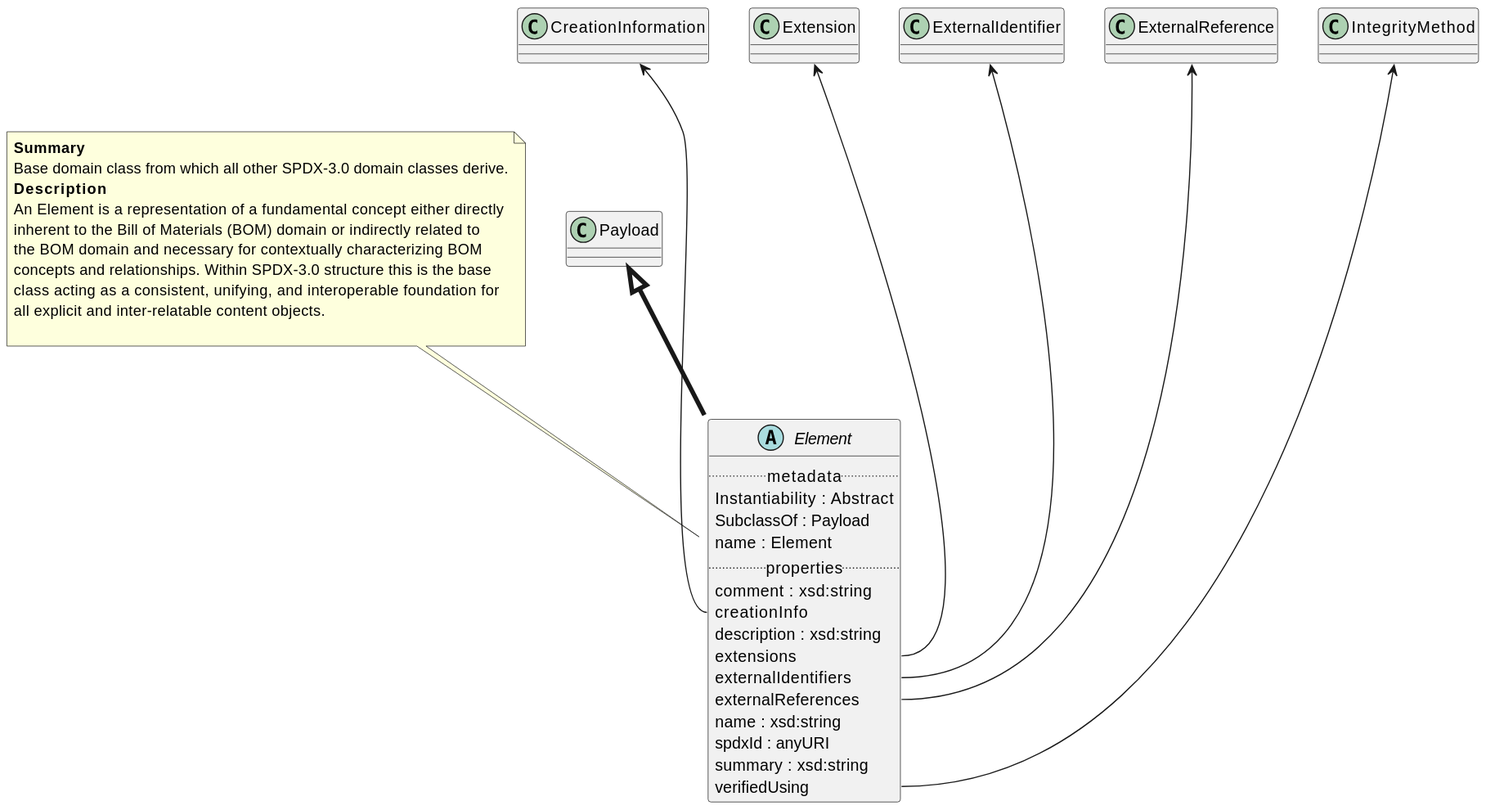
Earlier version of the PlantUML export Classes/Element.svg (maxhbr/spec-parser.hs). Source of this version:
```plantuml
@startuml
abstract Element {
.. metadata ..
    Instantiability : Abstract
    SubclassOf : Payload
    name : Element
.. properties ..
    comment : xsd:string
    creationInfo
    description : xsd:string
    extensions
    externalIdentifiers
    externalReferences
    name : xsd:string
    spdxId : anyURI
    summary : xsd:string
    verifiedUsing
}
note top of Element
<b>Summary</b>
Base domain class from which all other SPDX-3.0 domain classes derive.
<b>Description</b>
An Element is a representation of a fundamental concept either directly
inherent to the Bill of Materials (BOM) domain or indirectly related to
the BOM domain and necessary for contextually characterizing BOM
concepts and relationships. Within SPDX-3.0 structure this is the base
class acting as a consistent, unifying, and interoperable foundation for
all explicit and inter-relatable content objects.

end note
"Payload" <|-[thickness=4]- "Element"
"CreationInformation" <--- "Element::creationInfo"
"Extension" <--- "Element::extensions"
"ExternalIdentifier" <--- "Element::externalIdentifiers"
"ExternalReference" <--- "Element::externalReferences"
"IntegrityMethod" <--- "Element::verifiedUsing"
@enduml
```
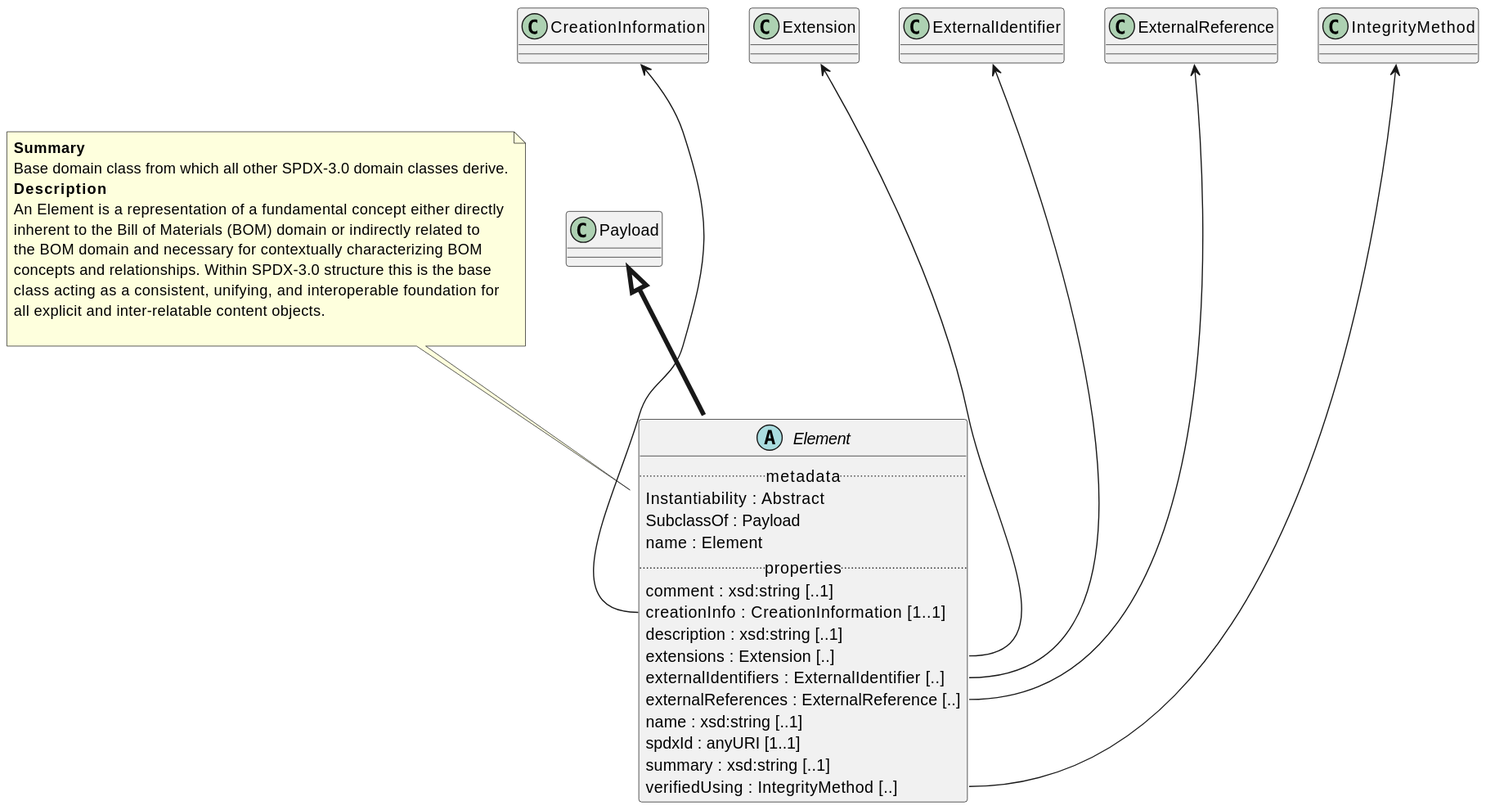
Later version of the same file.

The edit, as a diff of the source:
```diff
@@ -5,16 +5,16 @@
     SubclassOf : Payload
     name : Element
 .. properties ..
-    comment : xsd:string
-    creationInfo
-    description : xsd:string
-    extensions
-    externalIdentifiers
-    externalReferences
-    name : xsd:string
-    spdxId : anyURI
-    summary : xsd:string
-    verifiedUsing
+    comment : xsd:string [..1]
+    creationInfo : CreationInformation [1..1]
+    description : xsd:string [..1]
+    extensions : Extension [..]
+    externalIdentifiers : ExternalIdentifier [..]
+    externalReferences : ExternalReference [..]
+    name : xsd:string [..1]
+    spdxId : anyURI [1..1]
+    summary : xsd:string [..1]
+    verifiedUsing : IntegrityMethod [..]
 }
 note top of Element
 <b>Summary</b>
```
